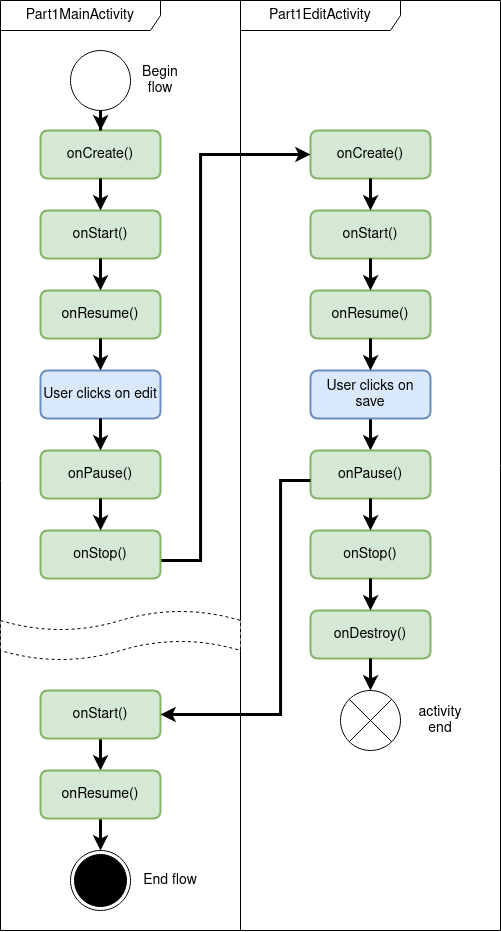
Earlier version of the draw.io export figures/diagram1_part1.png (DrC0okie/HEIG_DAA_Labo2). Source tidied: cells renumbered, new cells last; positions are measured from the earlier drawing's top-left corner, leaving out a move shared by most shapes. The source it was exported from:
```xml
<mxGraphModel>
  <root>
    <mxCell id="0" />
    <mxCell id="1" parent="0" />
    <mxCell id="2" value="Part1EditActivity" style="shape=umlFrame;whiteSpace=wrap;html=1;width=160;fontSize=14;" parent="1" vertex="1">
      <mxGeometry x="240" width="260" height="930" as="geometry" />
    </mxCell>
    <mxCell id="3" style="edgeStyle=orthogonalEdgeStyle;rounded=0;jettySize=auto;html=1;entryX=0.5;entryY=0;entryDx=0;entryDy=0;fontSize=14;strokeWidth=3;" parent="2" edge="1" source="4" target="5">
      <mxGeometry relative="1" as="geometry" />
    </mxCell>
    <mxCell id="4" value="User clicks on save" style="rounded=1;whiteSpace=wrap;html=1;absoluteArcSize=1;arcSize=14;strokeWidth=2;fillColor=#dae8fc;strokeColor=#6c8ebf;fontSize=14;" parent="2" vertex="1">
      <mxGeometry x="70" y="370" width="120" height="48" as="geometry" />
    </mxCell>
    <mxCell id="5" value="onPause()" style="rounded=1;whiteSpace=wrap;html=1;absoluteArcSize=1;arcSize=14;strokeWidth=2;fillColor=#d5e8d4;strokeColor=#82b366;fontSize=14;" parent="2" vertex="1">
      <mxGeometry x="70" y="450" width="120" height="48" as="geometry" />
    </mxCell>
    <mxCell id="6" value="onCreate()" style="rounded=1;whiteSpace=wrap;html=1;absoluteArcSize=1;arcSize=14;strokeWidth=2;fillColor=#d5e8d4;strokeColor=#82b366;fontSize=14;" parent="2" vertex="1">
      <mxGeometry x="70" y="130" width="120" height="48" as="geometry" />
    </mxCell>
    <mxCell id="7" value="onStart()" style="rounded=1;whiteSpace=wrap;html=1;absoluteArcSize=1;arcSize=14;strokeWidth=2;fillColor=#d5e8d4;strokeColor=#82b366;fontSize=14;" parent="2" vertex="1">
      <mxGeometry x="70" y="210" width="120" height="48" as="geometry" />
    </mxCell>
    <mxCell id="8" style="edgeStyle=orthogonalEdgeStyle;rounded=0;jettySize=auto;html=1;entryX=0.5;entryY=0;entryDx=0;entryDy=0;fontSize=14;strokeWidth=3;" parent="2" edge="1" source="6" target="7">
      <mxGeometry relative="1" as="geometry" />
    </mxCell>
    <mxCell id="9" value="onResume()" style="rounded=1;whiteSpace=wrap;html=1;absoluteArcSize=1;arcSize=14;strokeWidth=2;fillColor=#d5e8d4;strokeColor=#82b366;fontSize=14;" parent="2" vertex="1">
      <mxGeometry x="70" y="290" width="120" height="48" as="geometry" />
    </mxCell>
    <mxCell id="10" style="edgeStyle=orthogonalEdgeStyle;rounded=0;jettySize=auto;html=1;entryX=0.5;entryY=0;entryDx=0;entryDy=0;fontSize=14;strokeWidth=3;" parent="2" edge="1" source="7" target="9">
      <mxGeometry relative="1" as="geometry" />
    </mxCell>
    <mxCell id="11" style="edgeStyle=orthogonalEdgeStyle;rounded=0;jettySize=auto;html=1;entryX=0.5;entryY=0;entryDx=0;entryDy=0;fontSize=14;strokeWidth=3;" parent="2" edge="1" source="9" target="4">
      <mxGeometry relative="1" as="geometry" />
    </mxCell>
    <mxCell id="12" style="shape=sumEllipse;perimeter=ellipsePerimeter;html=1;backgroundOutline=1;fontSize=14;" parent="2" vertex="1">
      <mxGeometry x="100" y="690" width="60" height="60" as="geometry" />
    </mxCell>
    <mxCell id="13" value="activity end" style="text;strokeColor=none;align=center;fillColor=none;html=1;verticalAlign=middle;whiteSpace=wrap;rounded=0;fontSize=14;" parent="2" vertex="1">
      <mxGeometry x="170" y="705" width="60" height="30" as="geometry" />
    </mxCell>
    <mxCell id="14" value="onDestroy()" style="rounded=1;whiteSpace=wrap;html=1;absoluteArcSize=1;arcSize=14;strokeWidth=2;fillColor=#d5e8d4;strokeColor=#82b366;fontSize=14;" parent="2" vertex="1">
      <mxGeometry x="70" y="610" width="120" height="48" as="geometry" />
    </mxCell>
    <mxCell id="15" style="edgeStyle=orthogonalEdgeStyle;rounded=0;jettySize=auto;html=1;entryX=0.5;entryY=0;entryDx=0;entryDy=0;fontSize=14;strokeWidth=3;" parent="2" edge="1" source="14" target="12">
      <mxGeometry relative="1" as="geometry" />
    </mxCell>
    <mxCell id="16" value="onStop()" style="rounded=1;whiteSpace=wrap;html=1;absoluteArcSize=1;arcSize=14;strokeWidth=2;fillColor=#d5e8d4;strokeColor=#82b366;fontSize=14;" parent="2" vertex="1">
      <mxGeometry x="70" y="530" width="120" height="48" as="geometry" />
    </mxCell>
    <mxCell id="17" style="edgeStyle=orthogonalEdgeStyle;rounded=0;jettySize=auto;html=1;entryX=0.5;entryY=0;entryDx=0;entryDy=0;fontSize=14;strokeWidth=3;" parent="2" edge="1" source="5" target="16">
      <mxGeometry relative="1" as="geometry" />
    </mxCell>
    <mxCell id="18" style="edgeStyle=orthogonalEdgeStyle;rounded=0;jettySize=auto;html=1;entryX=0.5;entryY=0;entryDx=0;entryDy=0;fontSize=14;strokeWidth=3;" parent="2" edge="1" source="16" target="14">
      <mxGeometry relative="1" as="geometry" />
    </mxCell>
    <mxCell id="19" style="edgeStyle=orthogonalEdgeStyle;rounded=0;jettySize=auto;html=1;entryX=0;entryY=0.5;entryDx=0;entryDy=0;fontSize=14;strokeWidth=3;" parent="1" edge="1" source="40" target="6">
      <mxGeometry relative="1" as="geometry">
        <Array as="points">
          <mxPoint x="200" y="560" />
          <mxPoint x="200" y="154" />
        </Array>
      </mxGeometry>
    </mxCell>
    <mxCell id="20" value="Part1MainActivity" style="shape=umlFrame;whiteSpace=wrap;html=1;width=160;fontSize=14;" parent="1" vertex="1">
      <mxGeometry width="240" height="930" as="geometry" />
    </mxCell>
    <mxCell id="21" style="edgeStyle=orthogonalEdgeStyle;rounded=0;jettySize=auto;html=1;entryX=0.5;entryY=0;entryDx=0;entryDy=0;fontSize=14;strokeWidth=3;" parent="20" edge="1" source="22" target="24">
      <mxGeometry relative="1" as="geometry" />
    </mxCell>
    <mxCell id="22" value="onStart()" style="rounded=1;whiteSpace=wrap;html=1;absoluteArcSize=1;arcSize=14;strokeWidth=2;fillColor=#d5e8d4;strokeColor=#82b366;fontSize=14;" parent="20" vertex="1">
      <mxGeometry x="40" y="690" width="120" height="48" as="geometry" />
    </mxCell>
    <mxCell id="23" style="edgeStyle=orthogonalEdgeStyle;rounded=0;jettySize=auto;html=1;fontSize=14;strokeWidth=3;" parent="20" edge="1" source="24" target="26">
      <mxGeometry relative="1" as="geometry" />
    </mxCell>
    <mxCell id="24" value="onResume()" style="rounded=1;whiteSpace=wrap;html=1;absoluteArcSize=1;arcSize=14;strokeWidth=2;fillColor=#d5e8d4;strokeColor=#82b366;fontSize=14;" parent="20" vertex="1">
      <mxGeometry x="40" y="770" width="120" height="48" as="geometry" />
    </mxCell>
    <mxCell id="25" style="ellipse;fontSize=14;" parent="20" vertex="1">
      <mxGeometry x="70" y="50" width="60" height="60" as="geometry" />
    </mxCell>
    <mxCell id="26" style="ellipse;html=1;shape=endState;fillColor=strokeColor;fontSize=14;" parent="20" vertex="1">
      <mxGeometry x="70" y="850" width="60" height="60" as="geometry" />
    </mxCell>
    <mxCell id="27" value="End flow" style="text;strokeColor=none;align=center;fillColor=none;html=1;verticalAlign=middle;whiteSpace=wrap;rounded=0;fontSize=14;" parent="20" vertex="1">
      <mxGeometry x="140" y="865" width="60" height="30" as="geometry" />
    </mxCell>
    <mxCell id="28" value="Begin flow" style="text;strokeColor=none;align=center;fillColor=none;html=1;verticalAlign=middle;whiteSpace=wrap;rounded=0;fontSize=14;" parent="20" vertex="1">
      <mxGeometry x="130" y="65" width="60" height="30" as="geometry" />
    </mxCell>
    <mxCell id="29" style="shape=tape;whiteSpace=wrap;html=1;dashed=1;" parent="20" vertex="1">
      <mxGeometry y="610" width="240" height="50" as="geometry" />
    </mxCell>
    <mxCell id="30" value="onCreate()" style="rounded=1;whiteSpace=wrap;html=1;absoluteArcSize=1;arcSize=14;strokeWidth=2;fillColor=#d5e8d4;strokeColor=#82b366;fontSize=14;" parent="20" vertex="1">
      <mxGeometry x="40" y="130" width="120" height="48" as="geometry" />
    </mxCell>
    <mxCell id="31" style="edgeStyle=orthogonalEdgeStyle;rounded=0;jettySize=auto;html=1;fontSize=14;strokeWidth=3;" parent="20" edge="1" source="25" target="30">
      <mxGeometry relative="1" as="geometry" />
    </mxCell>
    <mxCell id="32" value="onStart()" style="rounded=1;whiteSpace=wrap;html=1;absoluteArcSize=1;arcSize=14;strokeWidth=2;fillColor=#d5e8d4;strokeColor=#82b366;fontSize=14;" parent="20" vertex="1">
      <mxGeometry x="40" y="210" width="120" height="48" as="geometry" />
    </mxCell>
    <mxCell id="33" style="edgeStyle=orthogonalEdgeStyle;rounded=0;jettySize=auto;html=1;entryX=0.5;entryY=0;entryDx=0;entryDy=0;fontSize=14;strokeWidth=3;" parent="20" edge="1" source="30" target="32">
      <mxGeometry relative="1" as="geometry" />
    </mxCell>
    <mxCell id="34" value="onResume()" style="rounded=1;whiteSpace=wrap;html=1;absoluteArcSize=1;arcSize=14;strokeWidth=2;fillColor=#d5e8d4;strokeColor=#82b366;fontSize=14;" parent="20" vertex="1">
      <mxGeometry x="40" y="290" width="120" height="48" as="geometry" />
    </mxCell>
    <mxCell id="35" style="edgeStyle=orthogonalEdgeStyle;rounded=0;jettySize=auto;html=1;entryX=0.5;entryY=0;entryDx=0;entryDy=0;fontSize=14;strokeWidth=3;" parent="20" edge="1" source="32" target="34">
      <mxGeometry relative="1" as="geometry" />
    </mxCell>
    <mxCell id="36" value="User clicks on edit" style="rounded=1;whiteSpace=wrap;html=1;absoluteArcSize=1;arcSize=14;strokeWidth=2;fillColor=#dae8fc;strokeColor=#6c8ebf;fontSize=14;" parent="20" vertex="1">
      <mxGeometry x="40" y="370" width="120" height="48" as="geometry" />
    </mxCell>
    <mxCell id="37" style="edgeStyle=orthogonalEdgeStyle;rounded=0;jettySize=auto;html=1;entryX=0.5;entryY=0;entryDx=0;entryDy=0;fontSize=14;strokeWidth=3;" parent="20" edge="1" source="34" target="36">
      <mxGeometry relative="1" as="geometry" />
    </mxCell>
    <mxCell id="38" value="onPause()" style="rounded=1;whiteSpace=wrap;html=1;absoluteArcSize=1;arcSize=14;strokeWidth=2;fillColor=#d5e8d4;strokeColor=#82b366;fontSize=14;" parent="20" vertex="1">
      <mxGeometry x="40" y="450" width="120" height="48" as="geometry" />
    </mxCell>
    <mxCell id="39" style="edgeStyle=orthogonalEdgeStyle;rounded=0;jettySize=auto;html=1;entryX=0.5;entryY=0;entryDx=0;entryDy=0;fontSize=14;strokeWidth=3;" parent="20" edge="1" source="36" target="38">
      <mxGeometry relative="1" as="geometry" />
    </mxCell>
    <mxCell id="40" value="onStop()" style="rounded=1;whiteSpace=wrap;html=1;absoluteArcSize=1;arcSize=14;strokeWidth=2;fillColor=#d5e8d4;strokeColor=#82b366;fontSize=14;" parent="1" vertex="1">
      <mxGeometry x="40" y="530" width="120" height="48" as="geometry" />
    </mxCell>
    <mxCell id="41" style="edgeStyle=orthogonalEdgeStyle;rounded=0;jettySize=auto;html=1;strokeWidth=3;" parent="1" edge="1" source="38" target="40">
      <mxGeometry relative="1" as="geometry" />
    </mxCell>
    <mxCell id="42" style="edgeStyle=orthogonalEdgeStyle;rounded=0;jettySize=auto;html=1;entryX=1;entryY=0.5;entryDx=0;entryDy=0;strokeWidth=3;" parent="1" edge="1" source="5" target="22">
      <mxGeometry relative="1" as="geometry">
        <Array as="points">
          <mxPoint x="280" y="480" />
          <mxPoint x="280" y="714" />
        </Array>
      </mxGeometry>
    </mxCell>
  </root>
</mxGraphModel>
```
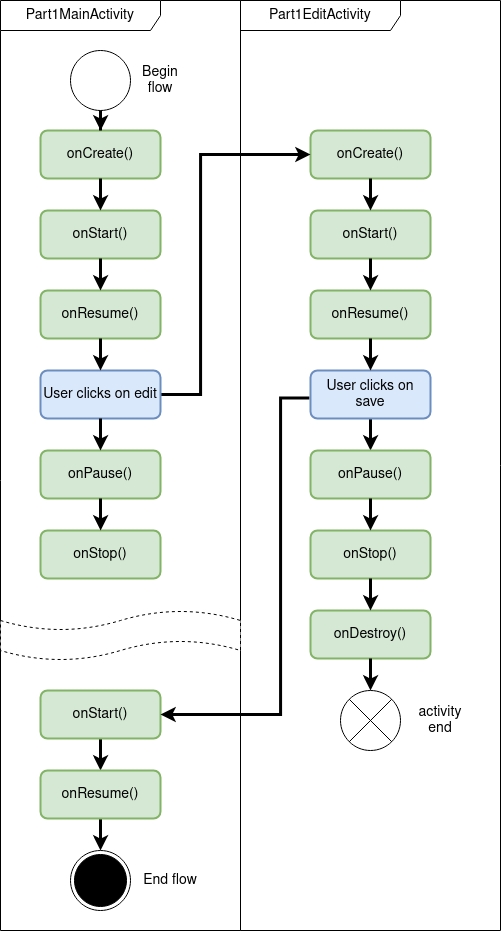
The same diagram one commit later.

Commit message:
Updated diagrams part1

What changed in the source:
```diff
@@ -53,10 +53,10 @@
     <mxCell id="18" style="edgeStyle=orthogonalEdgeStyle;rounded=0;jettySize=auto;html=1;entryX=0.5;entryY=0;entryDx=0;entryDy=0;fontSize=14;strokeWidth=3;" parent="2" edge="1" source="16" target="14">
       <mxGeometry relative="1" as="geometry" />
     </mxCell>
-    <mxCell id="19" style="edgeStyle=orthogonalEdgeStyle;rounded=0;jettySize=auto;html=1;entryX=0;entryY=0.5;entryDx=0;entryDy=0;fontSize=14;strokeWidth=3;" parent="1" edge="1" source="40" target="6">
+    <mxCell id="19" style="edgeStyle=orthogonalEdgeStyle;rounded=0;jettySize=auto;html=1;entryX=0;entryY=0.5;entryDx=0;entryDy=0;fontSize=14;strokeWidth=3;exitX=1;exitY=0.5;exitDx=0;exitDy=0;" parent="1" edge="1" source="36" target="6">
       <mxGeometry relative="1" as="geometry">
         <Array as="points">
-          <mxPoint x="200" y="560" />
+          <mxPoint x="200" y="394" />
           <mxPoint x="200" y="154" />
         </Array>
       </mxGeometry>
@@ -127,10 +127,10 @@
     <mxCell id="41" style="edgeStyle=orthogonalEdgeStyle;rounded=0;jettySize=auto;html=1;strokeWidth=3;" parent="1" edge="1" source="38" target="40">
       <mxGeometry relative="1" as="geometry" />
     </mxCell>
-    <mxCell id="42" style="edgeStyle=orthogonalEdgeStyle;rounded=0;jettySize=auto;html=1;entryX=1;entryY=0.5;entryDx=0;entryDy=0;strokeWidth=3;" parent="1" edge="1" source="5" target="22">
+    <mxCell id="42" style="edgeStyle=orthogonalEdgeStyle;rounded=0;jettySize=auto;html=1;entryX=1;entryY=0.5;entryDx=0;entryDy=0;strokeWidth=3;exitX=-0.01;exitY=0.575;exitDx=0;exitDy=0;exitPerimeter=0;" parent="1" edge="1" source="4" target="22">
       <mxGeometry relative="1" as="geometry">
         <Array as="points">
-          <mxPoint x="280" y="480" />
+          <mxPoint x="280" y="398" />
           <mxPoint x="280" y="714" />
         </Array>
       </mxGeometry>
```
